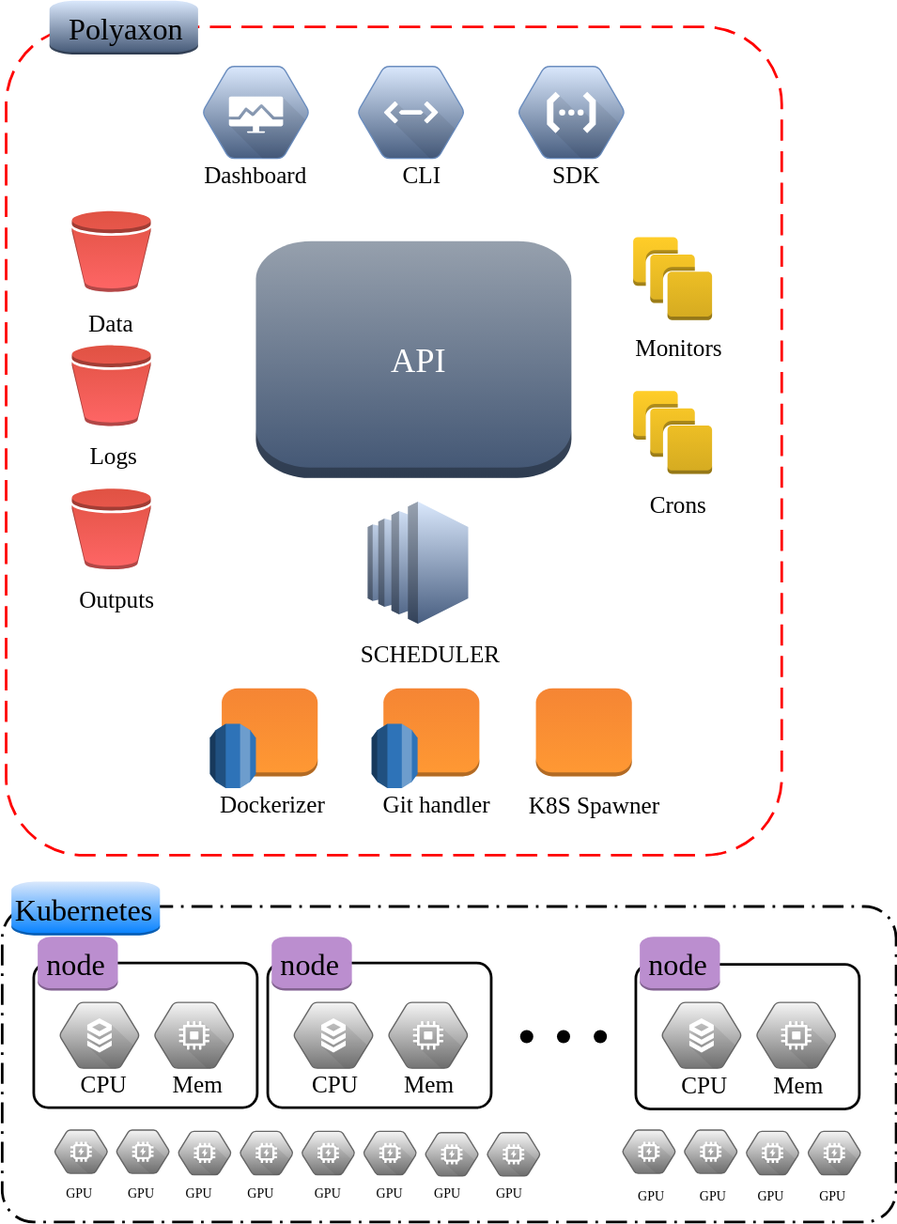
This is templates/images/polyaxon_architecture.svg from polyaxon/polyaxon, a draw.io export, as it was before one commit. Source tidied: cells renumbered, new cells last; positions are measured from the earlier drawing's top-left corner, leaving out a move shared by most shapes.
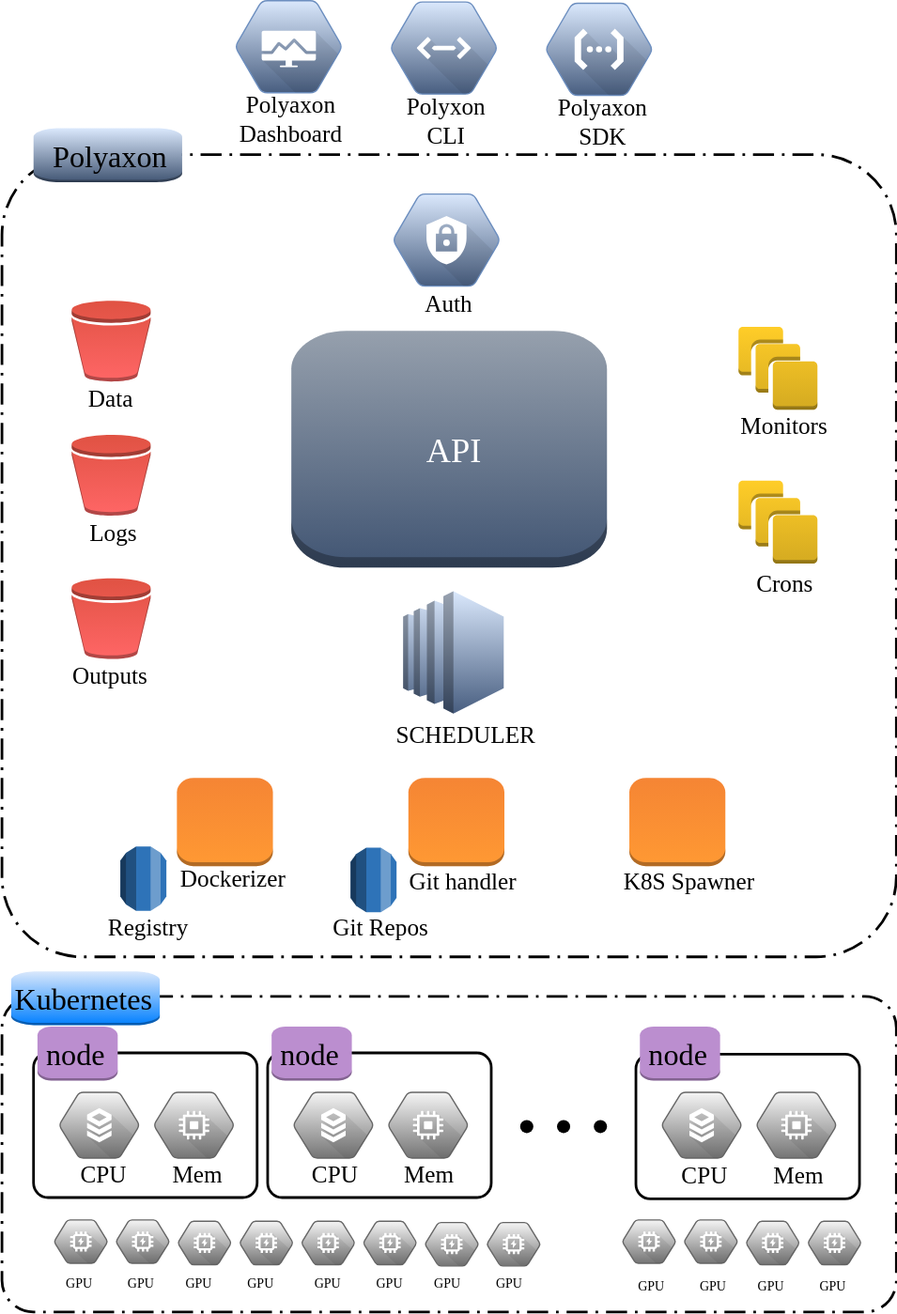
After the commit.

Diff of the diagram source:
```diff
@@ -2,6 +2,9 @@
   <root>
     <mxCell id="0" />
     <mxCell id="1" parent="0" />
+    <mxCell id="78" style="rounded=1;arcSize=10;dashed=1;strokeColor=#000000;fillColor=none;gradientColor=none;dashPattern=8 3 1 3;strokeWidth=2;labelBackgroundColor=none;fontFamily=calibri;fontSize=18;align=center;" parent="1" vertex="1">
+      <mxGeometry y="49" width="680" height="610" as="geometry" />
+    </mxCell>
     <mxCell id="2" style="rounded=1;arcSize=10;dashed=1;strokeColor=#000000;fillColor=none;gradientColor=none;dashPattern=8 3 1 3;strokeWidth=2;labelBackgroundColor=none;fontFamily=calibri;fontSize=26;align=center;" parent="1" vertex="1">
       <mxGeometry y="689" width="680" height="240" as="geometry" />
     </mxCell>
@@ -11,92 +14,89 @@
     <mxCell id="4" style="rounded=1;arcSize=10;dashed=0;strokeColor=#000000;fillColor=none;gradientColor=none;strokeWidth=2;labelBackgroundColor=none;fontFamily=calibri;fontSize=26;align=center;" parent="1" vertex="1">
       <mxGeometry x="24" y="732" width="170" height="110" as="geometry" />
     </mxCell>
-    <mxCell id="5" style="rounded=1;arcSize=10;dashed=1;strokeColor=#ff0000;fillColor=none;gradientColor=none;dashPattern=8 4;strokeWidth=2;labelBackgroundColor=none;fontFamily=calibri;fontSize=26;align=center;" parent="1" vertex="1">
-      <mxGeometry x="3" y="20" width="590" height="630" as="geometry" />
-    </mxCell>
     <mxCell id="6" style="rounded=1;arcSize=10;dashed=0;strokeColor=#000000;fillColor=none;gradientColor=none;strokeWidth=2;labelBackgroundColor=none;fontFamily=calibri;fontSize=26;align=center;" parent="1" vertex="1">
       <mxGeometry x="482" y="733" width="170" height="110" as="geometry" />
     </mxCell>
     <mxCell id="7" style="dashed=0;html=1;shape=mxgraph.aws3.instance;fillColor=#F58534;gradientColor=#FF9933;labelBackgroundColor=none;strokeColor=#000000;fontSize=12;align=left;" parent="1" vertex="1">
-      <mxGeometry x="167" y="523" width="73" height="67" as="geometry" />
+      <mxGeometry x="133" y="523" width="73" height="67" as="geometry" />
     </mxCell>
     <mxCell id="8" style="dashed=0;html=1;shape=mxgraph.aws3.instances;fillColor=#ffcd28;gradientColor=#D4AA21;labelBackgroundColor=none;strokeColor=#d79b00;fontSize=12;align=left;" parent="1" vertex="1">
-      <mxGeometry x="480" y="180" width="60" height="63" as="geometry" />
+      <mxGeometry x="560" y="180" width="60" height="63" as="geometry" />
     </mxCell>
     <mxCell id="9" style="dashed=0;html=1;shape=mxgraph.aws3.rds;fillColor=#2E73B8;gradientColor=none;labelBackgroundColor=none;strokeColor=#FF9933;fontSize=12;align=left;" parent="1" vertex="1">
-      <mxGeometry x="158" y="550" width="35" height="49" as="geometry" />
+      <mxGeometry x="90" y="575" width="35" height="49" as="geometry" />
     </mxCell>
     <mxCell id="10" style="shape=mxgraph.gcp.management_tools.monitoring;html=1;fillColor=#dae8fc;gradientColor=#485E80;strokeColor=#6c8ebf;verticalLabelPosition=bottom;verticalAlign=top;align=center;labelBackgroundColor=none;fontSize=12;" parent="1" vertex="1">
-      <mxGeometry x="153" y="50" width="80" height="70" as="geometry" />
+      <mxGeometry x="178" y="-68" width="80" height="70" as="geometry" />
     </mxCell>
     <mxCell id="11" style="shape=mxgraph.gcp.management_tools.cloud_endpoints;html=1;fillColor=#dae8fc;gradientColor=#485E80;strokeColor=#6c8ebf;verticalLabelPosition=bottom;verticalAlign=top;align=center;labelBackgroundColor=none;fontSize=12;" parent="1" vertex="1">
-      <mxGeometry x="271" y="50" width="80" height="70" as="geometry" />
+      <mxGeometry x="296" y="-67" width="80" height="70" as="geometry" />
     </mxCell>
     <mxCell id="12" style="shape=mxgraph.gcp.compute.cloud_functions;html=1;fillColor=#dae8fc;gradientColor=#485E80;strokeColor=#6c8ebf;verticalLabelPosition=bottom;verticalAlign=top;align=center;labelBackgroundColor=none;fontSize=12;" parent="1" vertex="1">
-      <mxGeometry x="393" y="50" width="80" height="70" as="geometry" />
+      <mxGeometry x="414" y="-66" width="80" height="70" as="geometry" />
     </mxCell>
     <mxCell id="13" style="dashed=0;html=1;shape=mxgraph.aws3.instances;fillColor=#ffcd28;gradientColor=#D4AA21;labelBackgroundColor=none;strokeColor=#d79b00;fontSize=12;align=left;direction=east;" parent="1" vertex="1">
-      <mxGeometry x="480" y="297" width="60" height="63" as="geometry" />
+      <mxGeometry x="560" y="297" width="60" height="63" as="geometry" />
     </mxCell>
     <mxCell id="14" style="html=1;shape=mxgraph.aws3.ec2;fillColor=#dae8fc;gradientColor=#485E80;labelBackgroundColor=none;strokeColor=#6c8ebf;fontSize=12;align=center;verticalAlign=top;" parent="1" vertex="1">
-      <mxGeometry x="278" y="381" width="76.5" height="93" as="geometry" />
+      <mxGeometry x="305" y="381" width="76.5" height="93" as="geometry" />
     </mxCell>
     <mxCell id="15" style="dashed=0;html=1;shape=mxgraph.aws3.instance;fillColor=#F58534;gradientColor=#FF9933;labelBackgroundColor=none;strokeColor=#000000;fontSize=12;align=left;" parent="1" vertex="1">
-      <mxGeometry x="406" y="523" width="73" height="67" as="geometry" />
+      <mxGeometry x="477" y="523" width="73" height="67" as="geometry" />
     </mxCell>
     <mxCell id="16" style="dashed=0;html=1;shape=mxgraph.aws3.bucket;fillColor=#E05243;gradientColor=#FF6666;labelBackgroundColor=none;strokeColor=#FF9933;fontSize=12;align=left;" parent="1" vertex="1">
       <mxGeometry x="53" y="160" width="60" height="61.5" as="geometry" />
     </mxCell>
-    <mxCell id="17" value="Dashboard&lt;div&gt;&lt;br&gt;&lt;/div&gt;" style="text;html=1;align=center;verticalAlign=top;spacingTop=-4;fontSize=18;fontFamily=calibri;" parent="1" vertex="1">
-      <mxGeometry x="158" y="120" width="70" height="30" as="geometry" />
+    <mxCell id="17" value="Polyaxon&lt;div&gt;&lt;span&gt;Dashboard&lt;/span&gt;&lt;/div&gt;" style="text;html=1;align=center;verticalAlign=top;spacingTop=-4;fontSize=18;fontFamily=calibri;" parent="1" vertex="1">
+      <mxGeometry x="175" y="-1" width="90" height="50" as="geometry" />
     </mxCell>
-    <mxCell id="18" value="&lt;div&gt;CLI&lt;/div&gt;" style="text;html=1;align=center;verticalAlign=top;spacingTop=-4;fontSize=18;fontFamily=calibri;" parent="1" vertex="1">
-      <mxGeometry x="296" y="120" width="40" height="20" as="geometry" />
+    <mxCell id="18" value="&lt;div&gt;Polyxon&lt;/div&gt;&lt;div&gt;CLI&lt;/div&gt;" style="text;html=1;align=center;verticalAlign=top;spacingTop=-4;fontSize=18;fontFamily=calibri;" parent="1" vertex="1">
+      <mxGeometry x="301" width="70" height="50" as="geometry" />
     </mxCell>
-    <mxCell id="19" value="&lt;div&gt;SDK&lt;/div&gt;&lt;div&gt;&lt;br&gt;&lt;/div&gt;" style="text;html=1;align=center;verticalAlign=top;spacingTop=-4;fontSize=18;fontFamily=calibri;" parent="1" vertex="1">
-      <mxGeometry x="413" y="120" width="40" height="50" as="geometry" />
+    <mxCell id="19" value="&lt;div&gt;Polyaxon&lt;/div&gt;&lt;div&gt;SDK&lt;/div&gt;" style="text;html=1;align=center;verticalAlign=top;spacingTop=-4;fontSize=18;fontFamily=calibri;direction=south;" parent="1" vertex="1">
+      <mxGeometry x="415" y="1" width="80" height="50" as="geometry" />
     </mxCell>
     <mxCell id="20" value="&lt;div style=&quot;text-align: center&quot;&gt;&lt;span&gt;&lt;font color=&quot;#ffffff&quot;&gt;API&lt;/font&gt;&lt;/span&gt;&lt;/div&gt;" style="dashed=0;html=1;shape=mxgraph.aws3.instance;fillColor=#96A0AD;gradientColor=#415573;labelBackgroundColor=none;strokeColor=#6c8ebf;fontSize=26;align=center;fontFamily=calibri;" parent="1" vertex="1">
-      <mxGeometry x="193" y="183" width="240" height="180" as="geometry" />
+      <mxGeometry x="220" y="183" width="240" height="180" as="geometry" />
     </mxCell>
     <mxCell id="21" value="&lt;div&gt;Monitors&lt;/div&gt;" style="text;html=1;align=center;verticalAlign=top;spacingTop=-4;fontSize=18;fontFamily=calibri;" parent="1" vertex="1">
-      <mxGeometry x="475" y="252" width="80" height="20" as="geometry" />
+      <mxGeometry x="555" y="243" width="80" height="20" as="geometry" />
     </mxCell>
     <mxCell id="22" value="&lt;div&gt;Crons&lt;/div&gt;" style="text;html=1;align=center;verticalAlign=top;spacingTop=-4;fontSize=18;fontFamily=calibri;" parent="1" vertex="1">
-      <mxGeometry x="484" y="371" width="60" height="20" as="geometry" />
+      <mxGeometry x="565" y="363" width="60" height="20" as="geometry" />
     </mxCell>
     <mxCell id="23" value="&lt;div&gt;SCHEDULER&lt;/div&gt;" style="text;html=1;align=center;verticalAlign=top;spacingTop=-4;fontSize=18;fontFamily=calibri;" parent="1" vertex="1">
-      <mxGeometry x="266" y="485" width="100" height="20" as="geometry" />
+      <mxGeometry x="293" y="478" width="100" height="20" as="geometry" />
     </mxCell>
     <mxCell id="24" style="dashed=0;html=1;shape=mxgraph.aws3.instance;fillColor=#F58534;gradientColor=#FF9933;labelBackgroundColor=none;strokeColor=#000000;fontSize=12;align=left;" parent="1" vertex="1">
-      <mxGeometry x="290" y="523" width="73" height="67" as="geometry" />
+      <mxGeometry x="309" y="523" width="73" height="67" as="geometry" />
     </mxCell>
     <mxCell id="25" style="dashed=0;html=1;shape=mxgraph.aws3.rds;fillColor=#2E73B8;gradientColor=none;labelBackgroundColor=none;strokeColor=#FF9933;fontSize=12;align=left;" parent="1" vertex="1">
-      <mxGeometry x="281" y="550" width="35" height="49" as="geometry" />
+      <mxGeometry x="265" y="576" width="35" height="49" as="geometry" />
     </mxCell>
     <mxCell id="26" value="&lt;div&gt;Dockerizer&lt;/div&gt;" style="text;html=1;align=center;verticalAlign=top;spacingTop=-4;fontSize=18;fontFamily=calibri;" parent="1" vertex="1">
-      <mxGeometry x="159" y="599" width="90" height="20" as="geometry" />
+      <mxGeometry x="129" y="587" width="90" height="20" as="geometry" />
     </mxCell>
     <mxCell id="27" value="&lt;div&gt;Git handler&lt;/div&gt;" style="text;html=1;align=center;verticalAlign=top;spacingTop=-4;fontSize=18;fontFamily=calibri;" parent="1" vertex="1">
-      <mxGeometry x="281" y="599" width="100" height="20" as="geometry" />
+      <mxGeometry x="301" y="589" width="100" height="20" as="geometry" />
     </mxCell>
     <mxCell id="28" value="&lt;div&gt;K8S Spawner&lt;/div&gt;" style="text;html=1;align=center;verticalAlign=top;spacingTop=-4;fontSize=18;fontFamily=calibri;" parent="1" vertex="1">
-      <mxGeometry x="393" y="600" width="110" height="20" as="geometry" />
+      <mxGeometry x="465" y="589" width="110" height="20" as="geometry" />
     </mxCell>
     <mxCell id="29" value="&lt;div&gt;Data&lt;/div&gt;" style="text;html=1;align=center;verticalAlign=top;spacingTop=-4;fontSize=18;fontFamily=calibri;" parent="1" vertex="1">
-      <mxGeometry x="58" y="233" width="50" height="20" as="geometry" />
+      <mxGeometry x="58" y="222" width="50" height="20" as="geometry" />
     </mxCell>
     <mxCell id="30" style="dashed=0;html=1;shape=mxgraph.aws3.bucket;fillColor=#E05243;gradientColor=#FF6666;labelBackgroundColor=none;strokeColor=#FF9933;fontSize=12;align=left;" parent="1" vertex="1">
       <mxGeometry x="53" y="262" width="60" height="61.5" as="geometry" />
     </mxCell>
     <mxCell id="31" value="&lt;div&gt;Logs&lt;/div&gt;" style="text;html=1;align=center;verticalAlign=top;spacingTop=-4;fontSize=18;fontFamily=calibri;" parent="1" vertex="1">
-      <mxGeometry x="58" y="334" width="50" height="20" as="geometry" />
+      <mxGeometry x="58" y="324" width="50" height="20" as="geometry" />
     </mxCell>
     <mxCell id="32" style="dashed=0;html=1;shape=mxgraph.aws3.bucket;fillColor=#E05243;gradientColor=#FF6666;labelBackgroundColor=none;strokeColor=#FF9933;fontSize=12;align=left;" parent="1" vertex="1">
       <mxGeometry x="53" y="371" width="60" height="61.5" as="geometry" />
     </mxCell>
     <mxCell id="33" value="&lt;div&gt;Outputs&lt;/div&gt;" style="text;html=1;align=center;verticalAlign=top;spacingTop=-4;fontSize=18;fontFamily=calibri;" parent="1" vertex="1">
-      <mxGeometry x="53" y="443" width="70" height="20" as="geometry" />
+      <mxGeometry x="48" y="433" width="70" height="20" as="geometry" />
     </mxCell>
     <mxCell id="34" style="shape=mxgraph.gcp.compute.gpu;html=1;fillColor=#f5f5f5;gradientColor=#757575;strokeColor=#666666;verticalLabelPosition=bottom;verticalAlign=top;align=center;labelBackgroundColor=none;fontFamily=calibri;fontSize=26;" parent="1" vertex="1">
       <mxGeometry x="40" y="859" width="40" height="33" as="geometry" />
@@ -225,10 +225,22 @@
       <mxGeometry x="616" y="894" width="30" height="20" as="geometry" />
     </mxCell>
     <mxCell id="76" value="&lt;font style=&quot;font-size: 23px&quot;&gt;Polyaxon&lt;/font&gt;" style="dashed=0;html=1;shape=mxgraph.aws3.instance;fillColor=#dae8fc;dashed=0;labelBackgroundColor=none;strokeColor=#6c8ebf;fontFamily=calibri;fontSize=26;align=center;gradientColor=#415573;" parent="1" vertex="1">
-      <mxGeometry x="36" width="113" height="41" as="geometry" />
+      <mxGeometry x="24" y="29" width="113" height="41" as="geometry" />
     </mxCell>
     <mxCell id="77" value="&lt;font style=&quot;font-size: 23px&quot;&gt;Kubernetes&lt;/font&gt;" style="dashed=0;html=1;shape=mxgraph.aws3.instance;fillColor=#dae8fc;dashed=0;labelBackgroundColor=none;strokeColor=#6c8ebf;fontFamily=calibri;fontSize=26;align=center;gradientColor=#007FFF;" parent="1" vertex="1">
       <mxGeometry x="7" y="670" width="113" height="41" as="geometry" />
     </mxCell>
+    <mxCell id="79" style="shape=mxgraph.gcp.identity_and_security.cloud_platform_security;html=1;fillColor=#dae8fc;gradientColor=#485E80;strokeColor=#6c8ebf;verticalLabelPosition=bottom;verticalAlign=top;align=center;labelBackgroundColor=none;fontFamily=Helvetica;fontSize=12;" parent="1" vertex="1">
+      <mxGeometry x="298" y="79" width="80" height="70" as="geometry" />
+    </mxCell>
+    <mxCell id="80" value="&lt;div&gt;Auth&lt;/div&gt;" style="text;html=1;align=center;verticalAlign=top;spacingTop=-4;fontSize=18;fontFamily=calibri;" parent="1" vertex="1">
+      <mxGeometry x="314" y="150" width="50" height="20" as="geometry" />
+    </mxCell>
+    <mxCell id="81" value="&lt;div&gt;Git Repos&lt;/div&gt;" style="text;html=1;align=center;verticalAlign=top;spacingTop=-4;fontSize=18;fontFamily=calibri;" parent="1" vertex="1">
+      <mxGeometry x="242" y="624" width="90" height="20" as="geometry" />
+    </mxCell>
+    <mxCell id="82" value="&lt;div&gt;Registry&lt;/div&gt;" style="text;html=1;align=center;verticalAlign=top;spacingTop=-4;fontSize=18;fontFamily=calibri;" parent="1" vertex="1">
+      <mxGeometry x="75" y="624" width="70" height="20" as="geometry" />
+    </mxCell>
   </root>
 </mxGraphModel>
```
